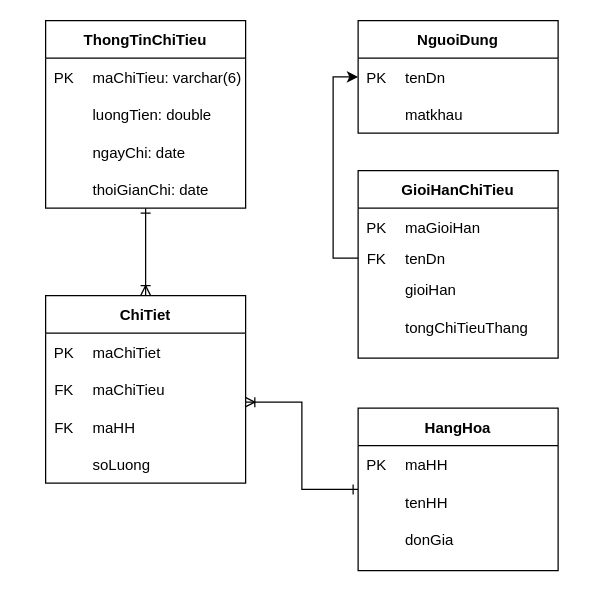
AkallHuynh/IS216.L21.HTCL-Java keeps this draw.io diagram as Diagrams/ERD.drawio. Above is the earlier version. Source tidied: cells renumbered, new cells numbered last; positions are measured from the earlier drawing's top-left corner, leaving out a move shared by most shapes. Both pictures are drawn from the tidied source at 125%, with x=0, y=0 at pixel (45, 20).
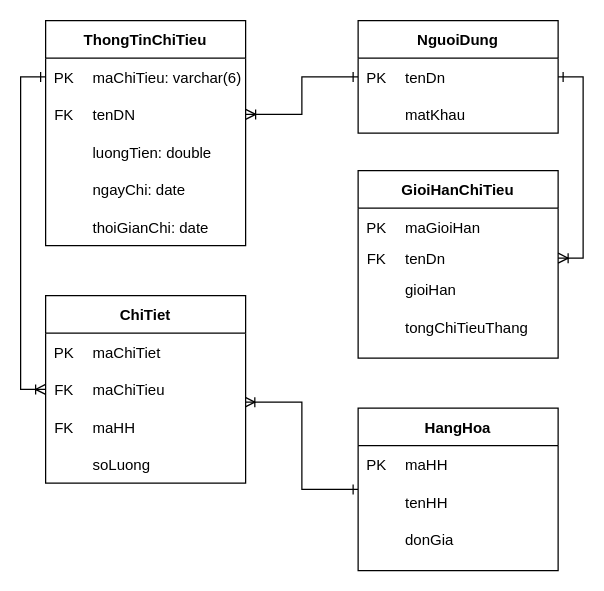
The same page after the edit.

The change refers to these unchanged cells:
```xml
<mxCell id="5" style="shape=partialRectangle;fillColor=none;top=0;left=0;bottom=0;right=0;points=[[0,0.5],[1,0.5]];portConstraint=eastwest;" parent="4" vertex="1">
  <mxGeometry width="160" height="30" as="geometry" />
</mxCell>
<mxCell id="22" style="shape=partialRectangle;fillColor=none;top=0;left=0;bottom=0;right=0;points=[[0,0.5],[1,0.5]];portConstraint=eastwest;" parent="18" vertex="1">
  <mxGeometry y="30" width="160" height="20" as="geometry" />
</mxCell>
<mxCell id="43" value="ChiTiet" style="swimlane;fontStyle=1;horizontal=1;startSize=30;fillColor=#ffffff;swimlaneFillColor=#ffffff;" parent="1" vertex="1">
  <mxGeometry y="220" width="160" height="150" as="geometry" />
</mxCell>
<mxCell id="48" style="shape=partialRectangle;fillColor=none;top=0;left=0;bottom=0;right=0;points=[[0,0.5],[1,0.5]];portConstraint=eastwest;" parent="44" vertex="1">
  <mxGeometry y="30" width="160" height="30" as="geometry" />
</mxCell>
<mxCell id="57" value="NguoiDung" style="swimlane;fontStyle=1;horizontal=1;startSize=30;fillColor=#ffffff;swimlaneFillColor=#ffffff;" parent="1" vertex="1">
  <mxGeometry x="250" width="160" height="90" as="geometry" />
</mxCell>
<mxCell id="59" style="shape=partialRectangle;fillColor=none;top=0;left=0;bottom=0;right=0;points=[[0,0.5],[1,0.5]];portConstraint=eastwest;" parent="58" vertex="1">
  <mxGeometry width="160" height="30" as="geometry" />
</mxCell>
<mxCell id="62" style="shape=partialRectangle;fillColor=none;top=0;left=0;bottom=0;right=0;" parent="58" vertex="1">
  <mxGeometry y="30" width="160" height="30" as="geometry" />
</mxCell>
```

The edit, as a diff of the source:
```diff
@@
-    <mxCell id="2" style="edgeStyle=orthogonalEdgeStyle;rounded=0;jettySize=auto;html=1;endArrow=ERoneToMany;endFill=0;startArrow=ERone;startFill=0;" parent="1" edge="1" source="3" target="43">
-      <mxGeometry relative="1" as="geometry" />
+    <mxCell id="2" style="edgeStyle=orthogonalEdgeStyle;rounded=0;jettySize=auto;html=1;endArrow=ERoneToMany;endFill=0;startArrow=ERone;startFill=0;entryX=0;entryY=0.5;entryDx=0;entryDy=0;" parent="1" edge="1" source="5" target="48">
+      <mxGeometry relative="1" as="geometry">
+        <Array as="points">
+          <mxPoint x="-20" y="45" />
+          <mxPoint x="-20" y="295" />
+        </Array>
+      </mxGeometry>
     </mxCell>
     <mxCell id="3" value="ThongTinChiTieu" style="swimlane;fontStyle=1;horizontal=1;startSize=30;fillColor=#ffffff;swimlaneFillColor=#ffffff;" parent="1" vertex="1">
-      <mxGeometry width="160" height="150" as="geometry" />
+      <mxGeometry width="160" height="180" as="geometry" />
     </mxCell>
     <mxCell id="4" style="shape=table;startSize=0;childLayout=tableLayout;rowLines=0;fontStyle=0;align=center;strokeColor=none;fillColor=none;" parent="3" vertex="1">
-      <mxGeometry y="30" width="160" height="120" as="geometry" />
+      <mxGeometry y="30" width="160" height="150" as="geometry" />
     </mxCell>
@@
+    <mxCell id="66" style="shape=partialRectangle;fillColor=none;top=0;left=0;bottom=0;right=0;points=[[0,0.5],[1,0.5]];portConstraint=eastwest;" parent="4" vertex="1">
+      <mxGeometry y="30" width="160" height="30" as="geometry" />
+    </mxCell>
+    <mxCell id="67" value="FK" style="shape=partialRectangle;fillColor=none;top=0;left=0;bottom=0;right=0;overflow=hidden;" parent="66" vertex="1">
+      <mxGeometry width="30" height="30" as="geometry" />
+    </mxCell>
+    <mxCell id="68" value="tenDN" style="shape=partialRectangle;fillColor=none;top=0;left=0;bottom=0;right=0;align=left;spacingLeft=6;overflow=hidden;" parent="66" vertex="1">
+      <mxGeometry x="30" width="130" height="30" as="geometry" />
+    </mxCell>
     <mxCell id="8" style="shape=partialRectangle;fillColor=none;top=0;left=0;bottom=0;right=0;" parent="4" vertex="1">
-      <mxGeometry y="30" width="160" height="30" as="geometry" />
+      <mxGeometry y="60" width="160" height="30" as="geometry" />
     </mxCell>
@@
     <mxCell id="11" style="shape=partialRectangle;fillColor=none;top=0;left=0;bottom=0;right=0;" parent="4" vertex="1">
-      <mxGeometry y="60" width="160" height="30" as="geometry" />
+      <mxGeometry y="90" width="160" height="30" as="geometry" />
     </mxCell>
@@
     <mxCell id="14" style="shape=partialRectangle;fillColor=none;top=0;left=0;bottom=0;right=0;" parent="4" vertex="1">
-      <mxGeometry y="90" width="160" height="30" as="geometry" />
+      <mxGeometry y="120" width="160" height="30" as="geometry" />
     </mxCell>
@@
+    <mxCell id="69" style="edgeStyle=orthogonalEdgeStyle;rounded=0;jettySize=auto;html=1;endArrow=ERoneToMany;endFill=0;startArrow=ERone;startFill=0;" parent="1" edge="1" source="57" target="66">
+      <mxGeometry relative="1" as="geometry" />
+    </mxCell>
@@
-    <mxCell id="64" value="matkhau" style="shape=partialRectangle;fillColor=none;top=0;left=0;bottom=0;right=0;align=left;spacingLeft=6;overflow=hidden;" parent="62" vertex="1">
+    <mxCell id="64" value="matKhau" style="shape=partialRectangle;fillColor=none;top=0;left=0;bottom=0;right=0;align=left;spacingLeft=6;overflow=hidden;" parent="62" vertex="1">
       <mxGeometry x="30" width="130" height="30" as="geometry" />
     </mxCell>
-    <mxCell id="65" style="edgeStyle=orthogonalEdgeStyle;rounded=0;jettySize=auto;html=1;" parent="1" edge="1" source="22" target="59">
-      <mxGeometry relative="1" as="geometry">
-        <Array as="points">
-          <mxPoint x="230" y="190" />
-          <mxPoint x="230" y="45" />
-        </Array>
-      </mxGeometry>
-    </mxCell>
+    <mxCell id="70" style="edgeStyle=orthogonalEdgeStyle;rounded=0;jettySize=auto;html=1;startArrow=ERone;startFill=0;endArrow=ERoneToMany;endFill=0;" parent="1" edge="1" source="59" target="22">
+      <mxGeometry relative="1" as="geometry">
+        <Array as="points">
+          <mxPoint x="430" y="45" />
+          <mxPoint x="430" y="190" />
+        </Array>
+      </mxGeometry>
+    </mxCell>
```
